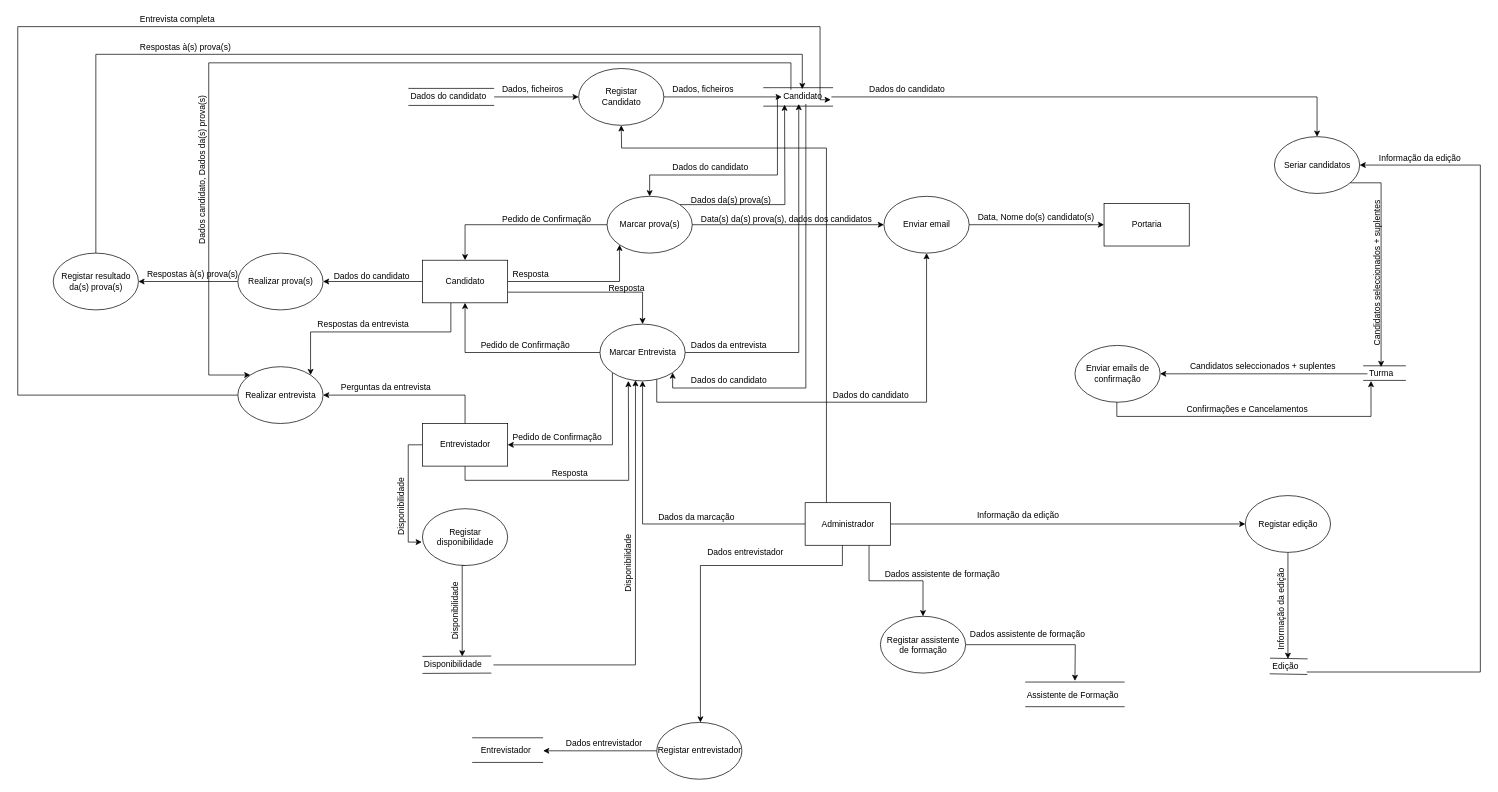
This is Docs/DFD.drawio from blestonbandeira/grs, a draw.io file, before an edit. Source tidied: cells renumbered, new cells numbered last; positions are measured from the earlier drawing's top-left corner, leaving out a move shared by most shapes. Both pictures are drawn from the tidied source at 71%, with x=0, y=0 at pixel (18, 12).
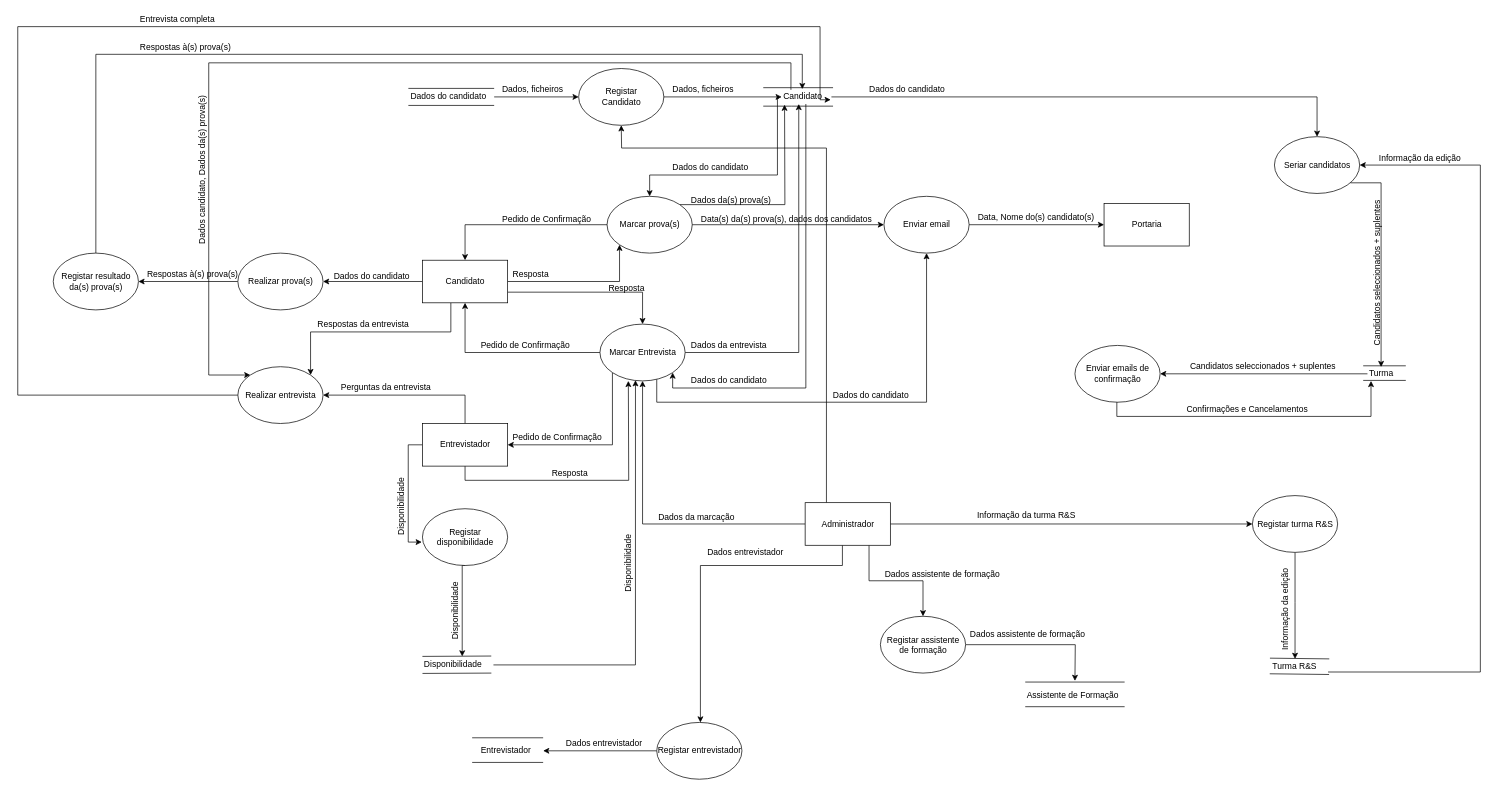
Above is the later version.

What changed in the source:
```diff
@@
     <mxCell id="80" style="edgeStyle=orthogonalEdgeStyle;rounded=0;jettySize=auto;html=1;" parent="1" edge="1" source="81" target="85">
       <mxGeometry relative="1" as="geometry">
         <Array as="points">
-          <mxPoint x="1788.5" y="801.5" />
-          <mxPoint x="1788.5" y="801.5" />
+          <mxPoint x="1799" y="831" />
+          <mxPoint x="1799" y="831" />
         </Array>
       </mxGeometry>
     </mxCell>
-    <mxCell id="81" value="Registar edição" style="ellipse;whiteSpace=wrap;html=1;" parent="1" vertex="1">
-      <mxGeometry x="1728.5" y="680.5" width="120" height="80" as="geometry" />
+    <mxCell id="81" value="Registar turma R&amp;amp;S" style="ellipse;whiteSpace=wrap;html=1;" parent="1" vertex="1">
+      <mxGeometry x="1738.5" y="680.5" width="120" height="80" as="geometry" />
     </mxCell>
-    <mxCell id="82" value="Informação da edição" style="text;html=1;align=left;verticalAlign=top;spacingTop=-4;" parent="1" vertex="1">
-      <mxGeometry x="1348.5" y="698.5" width="130" height="20" as="geometry" />
+    <mxCell id="82" value="Informação da turma R&amp;amp;S" style="text;html=1;align=left;verticalAlign=top;spacingTop=-4;" parent="1" vertex="1">
+      <mxGeometry x="1348.5" y="698.5" width="150" height="20" as="geometry" />
     </mxCell>
@@
-    <mxCell id="85" value="Edição" style="text;html=1;points=[];align=left;verticalAlign=top;spacingTop=-4;" parent="1" vertex="1">
-      <mxGeometry x="1765" y="910.5" width="50" height="20" as="geometry" />
+    <mxCell id="85" value="Turma R&amp;amp;S" style="text;html=1;points=[];align=left;verticalAlign=top;spacingTop=-4;" parent="1" vertex="1">
+      <mxGeometry x="1765" y="910.5" width="80" height="20" as="geometry" />
     </mxCell>
     <mxCell id="86" value="Informação da edição" style="text;html=1;align=left;verticalAlign=top;spacingTop=-4;rotation=270;" parent="1" vertex="1">
-      <mxGeometry x="1713.5" y="825.5" width="130" height="20" as="geometry" />
+      <mxGeometry x="1719" y="825.5" width="130" height="20" as="geometry" />
     </mxCell>
```
